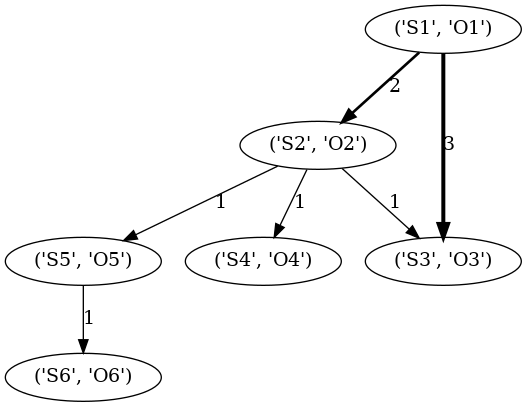
The Graphviz diagram out/final.png in phani-gaddam/btp, before a commit. Its source is kept beside it as out/final.gv. Its diagram source:
```dot
digraph G {
	"('S1', 'O1')" [label="('S1', 'O1')"]
	"('S2', 'O2')" [label="('S2', 'O2')"]
	"('S5', 'O5')" [label="('S5', 'O5')"]
	"('S4', 'O4')" [label="('S4', 'O4')"]
	"('S6', 'O6')" [label="('S6', 'O6')"]
	"('S3', 'O3')" [label="('S3', 'O3')"]
	"('S1', 'O1')" -> "('S2', 'O2')" [label=2 penwidth=2 weight=2]
	"('S1', 'O1')" -> "('S3', 'O3')" [label=3 penwidth=3 weight=3]
	"('S2', 'O2')" -> "('S3', 'O3')" [label=1 penwidth=1 weight=1]
	"('S2', 'O2')" -> "('S4', 'O4')" [label=1 penwidth=1 weight=1]
	"('S2', 'O2')" -> "('S5', 'O5')" [label=1 penwidth=1 weight=1]
	"('S5', 'O5')" -> "('S6', 'O6')" [label=1 penwidth=1 weight=1]
}
```
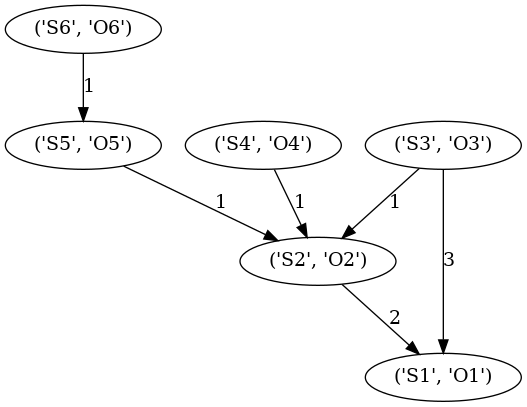
After the change.

Commit message:
rev arrow, rem penwidth

The edit, as a diff of the source:
```diff
@@ -5,10 +5,10 @@
 	"('S4', 'O4')" [label="('S4', 'O4')"]
 	"('S6', 'O6')" [label="('S6', 'O6')"]
 	"('S3', 'O3')" [label="('S3', 'O3')"]
-	"('S1', 'O1')" -> "('S2', 'O2')" [label=2 penwidth=2 weight=2]
-	"('S1', 'O1')" -> "('S3', 'O3')" [label=3 penwidth=3 weight=3]
-	"('S2', 'O2')" -> "('S3', 'O3')" [label=1 penwidth=1 weight=1]
-	"('S2', 'O2')" -> "('S4', 'O4')" [label=1 penwidth=1 weight=1]
-	"('S2', 'O2')" -> "('S5', 'O5')" [label=1 penwidth=1 weight=1]
-	"('S5', 'O5')" -> "('S6', 'O6')" [label=1 penwidth=1 weight=1]
+	"('S2', 'O2')" -> "('S1', 'O1')" [label=2 weight=2]
+	"('S3', 'O3')" -> "('S1', 'O1')" [label=3 weight=3]
+	"('S3', 'O3')" -> "('S2', 'O2')" [label=1 weight=1]
+	"('S4', 'O4')" -> "('S2', 'O2')" [label=1 weight=1]
+	"('S5', 'O5')" -> "('S2', 'O2')" [label=1 weight=1]
+	"('S6', 'O6')" -> "('S5', 'O5')" [label=1 weight=1]
 }
```
